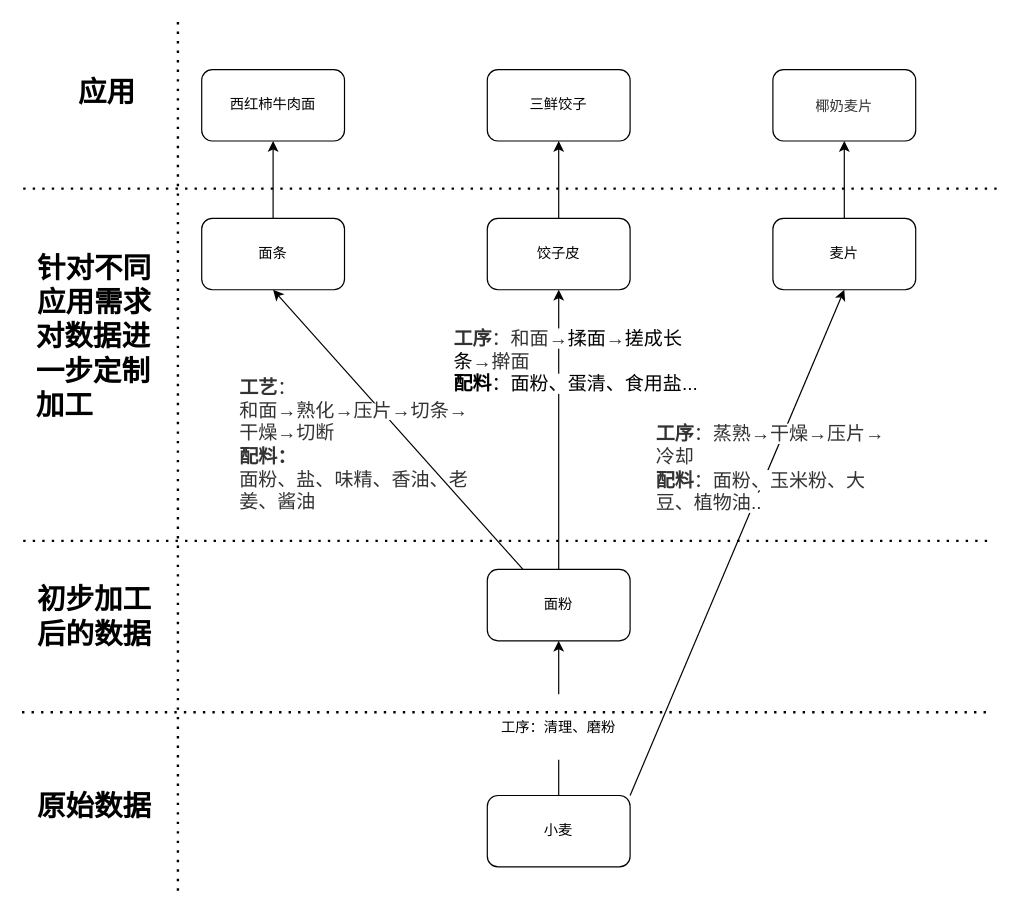
This is page "第 2 页" (2 of 3) of 生鲜仓库的类比例子.drawio from goylsf/image, a draw.io file, before an edit. Source tidied: cells renumbered, new cells numbered last; positions are measured from the earlier drawing's top-left corner, leaving out a move shared by most shapes. Both pictures are drawn from the tidied source at 119%, with x=0, y=0 at pixel (21, 21).
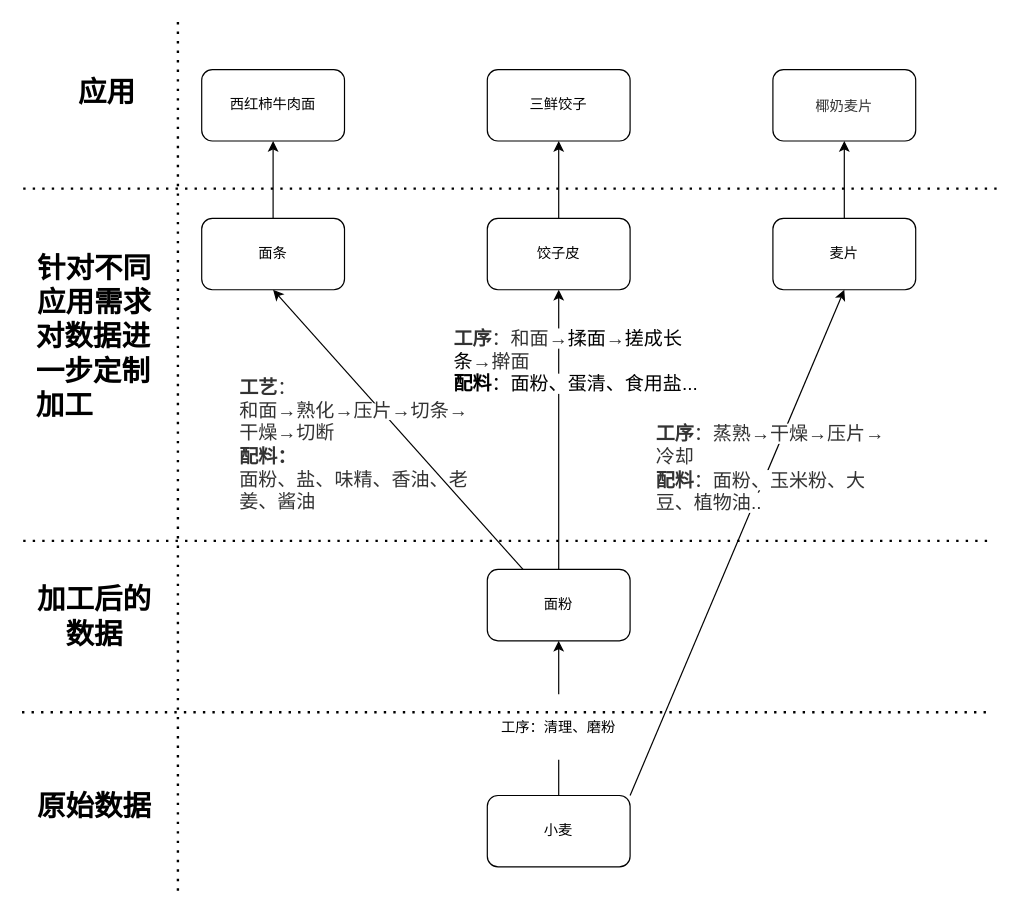
Above is the later version.

Commit message:
更新生鲜仓库的类比例子.drawio

Diff of the diagram source:
```diff
@@
-    <mxCell id="23" value="初步加工后的数据" style="text;strokeColor=none;fillColor=none;html=1;fontSize=24;fontStyle=1;verticalAlign=middle;align=center;whiteSpace=wrap;" parent="1" vertex="1">
+    <mxCell id="23" value="加工后的数据" style="text;strokeColor=none;fillColor=none;html=1;fontSize=24;fontStyle=1;verticalAlign=middle;align=center;whiteSpace=wrap;" parent="1" vertex="1">
       <mxGeometry x="11" y="480" width="100" height="40" as="geometry" />
     </mxCell>
```
